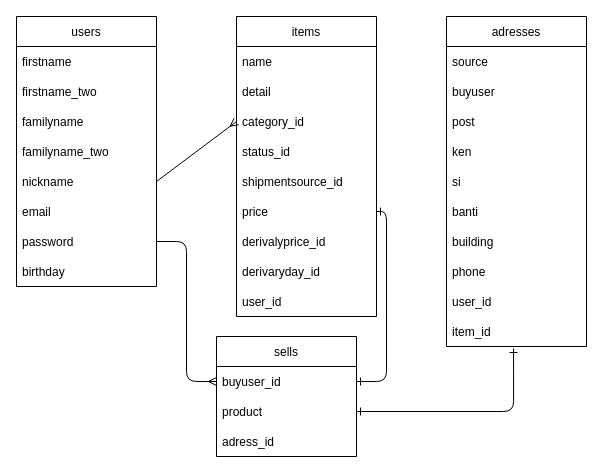
Earlier version of the draw.io diagram ER図.dio (aki2314/furima-37607). Source tidied: cells renumbered, new cells numbered last; positions are measured from the earlier drawing's top-left corner, leaving out a move shared by most shapes. Both pictures are drawn from the tidied source at 100%, with x=0, y=0 at pixel (16, 16).
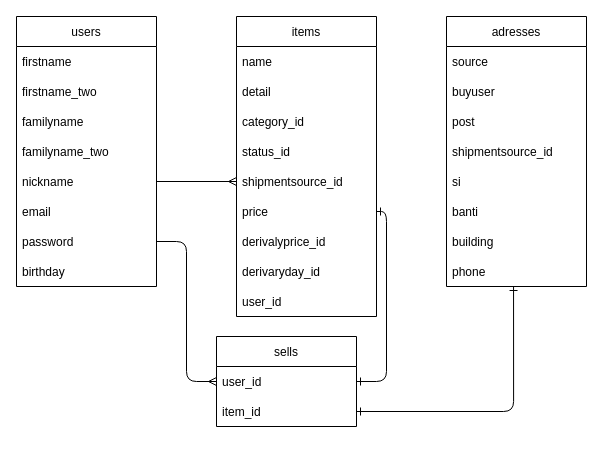
The same page after the edit.

The change refers to these unchanged cells:
```xml
<mxCell id="7" value="nickname" style="text;strokeColor=none;fillColor=none;align=left;verticalAlign=middle;spacingLeft=4;spacingRight=4;overflow=hidden;points=[[0,0.5],[1,0.5]];portConstraint=eastwest;" parent="2" vertex="1">
  <mxGeometry y="150" width="140" height="30" as="geometry" />
</mxCell>
<mxCell id="14" value="category_id" style="text;strokeColor=none;fillColor=none;align=left;verticalAlign=middle;spacingLeft=4;spacingRight=4;overflow=hidden;points=[[0,0.5],[1,0.5]];portConstraint=eastwest;" parent="11" vertex="1">
  <mxGeometry y="90" width="140" height="30" as="geometry" />
</mxCell>
<mxCell id="16" value="shipmentsource_id" style="text;strokeColor=none;fillColor=none;align=left;verticalAlign=middle;spacingLeft=4;spacingRight=4;overflow=hidden;points=[[0,0.5],[1,0.5]];portConstraint=eastwest;" parent="11" vertex="1">
  <mxGeometry y="150" width="140" height="30" as="geometry" />
</mxCell>
<mxCell id="33" value="phone" style="text;strokeColor=none;fillColor=none;align=left;verticalAlign=middle;spacingLeft=4;spacingRight=4;overflow=hidden;points=[[0,0.5],[1,0.5]];portConstraint=eastwest;" parent="25" vertex="1">
  <mxGeometry y="240" width="140" height="30" as="geometry" />
</mxCell>
```

The edit, as a diff of the source:
```diff
@@
     <mxCell id="21" value="sells" style="swimlane;fontStyle=0;horizontal=1;startSize=30;" parent="1" vertex="1">
-      <mxGeometry x="200" y="320" width="140" height="120" as="geometry" />
+      <mxGeometry x="200" y="320" width="140" height="90" as="geometry" />
     </mxCell>
-    <mxCell id="22" value="buyuser_id" style="text;strokeColor=none;fillColor=none;align=left;verticalAlign=middle;spacingLeft=4;spacingRight=4;overflow=hidden;points=[[0,0.5],[1,0.5]];portConstraint=eastwest;" parent="21" vertex="1">
+    <mxCell id="22" value="user_id" style="text;strokeColor=none;fillColor=none;align=left;verticalAlign=middle;spacingLeft=4;spacingRight=4;overflow=hidden;points=[[0,0.5],[1,0.5]];portConstraint=eastwest;" parent="21" vertex="1">
       <mxGeometry y="30" width="140" height="30" as="geometry" />
     </mxCell>
-    <mxCell id="23" value="product" style="text;strokeColor=none;fillColor=none;align=left;verticalAlign=middle;spacingLeft=4;spacingRight=4;overflow=hidden;points=[[0,0.5],[1,0.5]];portConstraint=eastwest;" parent="21" vertex="1">
+    <mxCell id="23" value="item_id" style="text;strokeColor=none;fillColor=none;align=left;verticalAlign=middle;spacingLeft=4;spacingRight=4;overflow=hidden;points=[[0,0.5],[1,0.5]];portConstraint=eastwest;" parent="21" vertex="1">
       <mxGeometry y="60" width="140" height="30" as="geometry" />
     </mxCell>
-    <mxCell id="24" value="adress_id" style="text;strokeColor=none;fillColor=none;align=left;verticalAlign=middle;spacingLeft=4;spacingRight=4;overflow=hidden;" parent="21" vertex="1">
-      <mxGeometry y="90" width="140" height="30" as="geometry" />
-    </mxCell>
     <mxCell id="25" value="adresses" style="swimlane;fontStyle=0;horizontal=1;startSize=30;" parent="1" vertex="1">
-      <mxGeometry x="430" width="140" height="330" as="geometry" />
+      <mxGeometry x="430" width="140" height="270" as="geometry" />
     </mxCell>
@@
-    <mxCell id="29" value="ken" style="text;strokeColor=none;fillColor=none;align=left;verticalAlign=middle;spacingLeft=4;spacingRight=4;overflow=hidden;" parent="25" vertex="1">
+    <mxCell id="29" value="shipmentsource_id" style="text;strokeColor=none;fillColor=none;align=left;verticalAlign=middle;spacingLeft=4;spacingRight=4;overflow=hidden;" parent="25" vertex="1">
       <mxGeometry y="120" width="140" height="30" as="geometry" />
     </mxCell>
@@
-    <mxCell id="34" value="user_id" style="text;strokeColor=none;fillColor=none;align=left;verticalAlign=middle;spacingLeft=4;spacingRight=4;overflow=hidden;" parent="25" vertex="1">
-      <mxGeometry y="270" width="140" height="30" as="geometry" />
-    </mxCell>
-    <mxCell id="35" value="item_id" style="text;strokeColor=none;fillColor=none;align=left;verticalAlign=middle;spacingLeft=4;spacingRight=4;overflow=hidden;points=[[0,0.5],[1,0.5]];portConstraint=eastwest;" parent="25" vertex="1">
-      <mxGeometry y="300" width="140" height="30" as="geometry" />
-    </mxCell>
-    <mxCell id="36" style="edgeStyle=none;html=1;exitX=1;exitY=0.5;exitDx=0;exitDy=0;entryX=0;entryY=0.5;entryDx=0;entryDy=0;strokeColor=default;endArrow=ERmany;endFill=0;" parent="1" edge="1" source="7" target="14">
+    <mxCell id="36" style="edgeStyle=none;html=1;exitX=1;exitY=0.5;exitDx=0;exitDy=0;strokeColor=default;endArrow=ERmany;endFill=0;entryX=0;entryY=0.5;entryDx=0;entryDy=0;" parent="1" edge="1" source="7" target="16">
       <mxGeometry relative="1" as="geometry" />
     </mxCell>
@@
-    <mxCell id="39" style="html=1;exitX=1;exitY=0.5;exitDx=0;exitDy=0;entryX=0.479;entryY=1.067;entryDx=0;entryDy=0;endArrow=ERone;endFill=0;strokeColor=default;entryPerimeter=0;edgeStyle=orthogonalEdgeStyle;startArrow=ERone;startFill=0;" parent="1" edge="1" source="23" target="35">
+    <mxCell id="39" style="html=1;exitX=1;exitY=0.5;exitDx=0;exitDy=0;entryX=0.479;entryY=1;entryDx=0;entryDy=0;endArrow=ERone;endFill=0;strokeColor=default;entryPerimeter=0;edgeStyle=orthogonalEdgeStyle;startArrow=ERone;startFill=0;" parent="1" edge="1" source="23" target="33">
       <mxGeometry relative="1" as="geometry">
         <Array as="points">
           <mxPoint x="497" y="395" />
         </Array>
       </mxGeometry>
     </mxCell>
```
